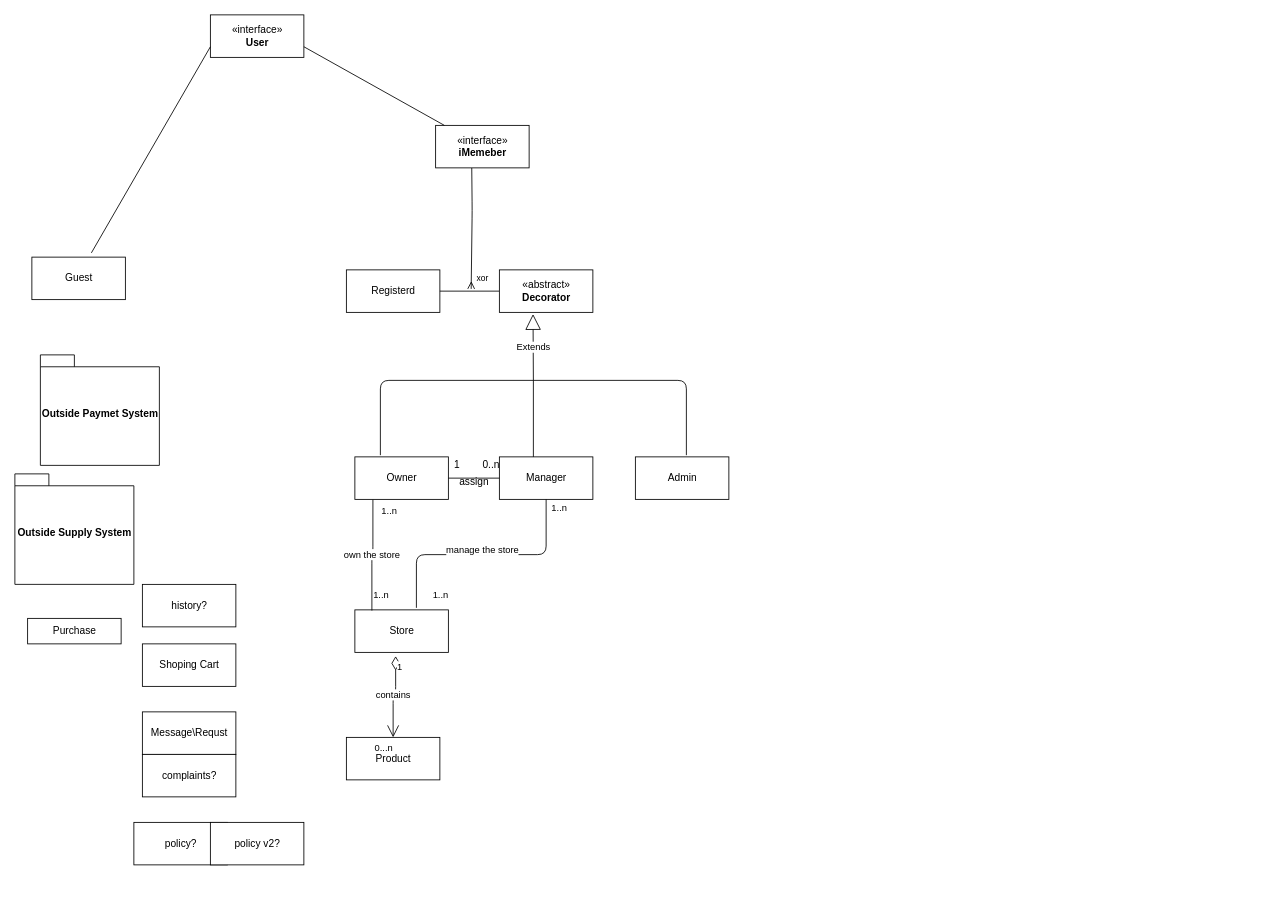
LevyIfta/Team-19B-Project keeps this draw.io diagram as תרשים מחלקות לבן.drawio. Above is the earlier version. Source tidied: cells renumbered, new cells numbered last; positions are measured from the earlier drawing's top-left corner, leaving out a move shared by most shapes. Both pictures are drawn from the tidied source at 85%, with x=0, y=0 at pixel (14, 14).
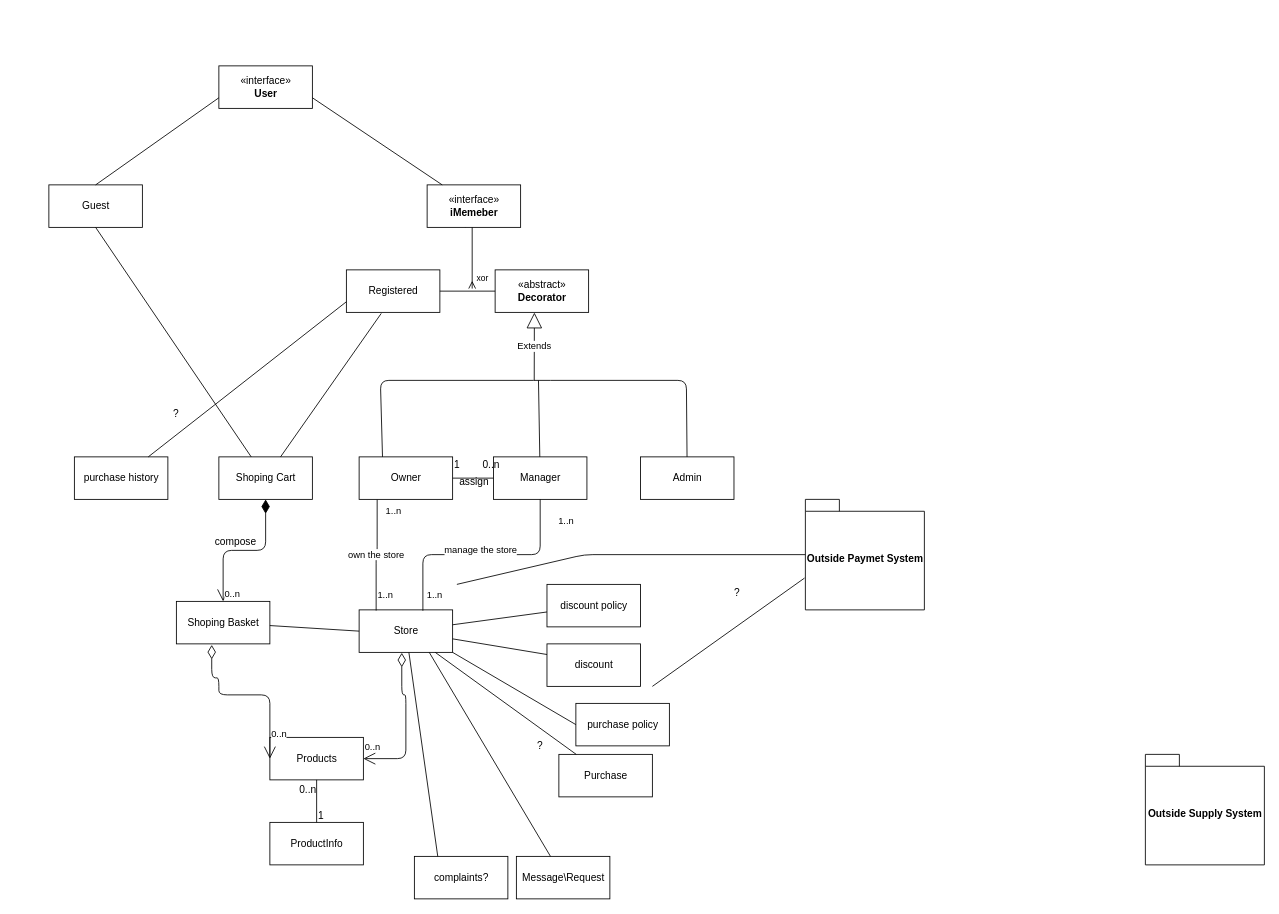
Above is the later version.

Commit message:
class diagram 3

The change refers to these unchanged cells:
```xml
<mxCell id="20" style="line;strokeWidth=1;fillColor=none;align=left;verticalAlign=middle;spacingTop=-1;spacingLeft=3;spacingRight=3;labelPosition=right;points=[];portConstraint=eastwest;" parent="1" vertex="1">
  <mxGeometry x="500" y="321" width="70" height="8" as="geometry" />
</mxCell>
```

The edit, as a diff of the source:
```diff
@@
     <mxCell id="2" value="Guest" style="html=1;" parent="1" vertex="1">
-      <mxGeometry x="20" y="285" width="110" height="50" as="geometry" />
+      <mxGeometry x="40" y="200" width="110" height="50" as="geometry" />
     </mxCell>
     <mxCell id="3" value="Owner" style="html=1;" parent="1" vertex="1">
-      <mxGeometry x="400" y="520" width="110" height="50" as="geometry" />
+      <mxGeometry x="405" y="520" width="110" height="50" as="geometry" />
     </mxCell>
     <mxCell id="4" value="Manager" style="html=1;" parent="1" vertex="1">
-      <mxGeometry x="570" y="520" width="110" height="50" as="geometry" />
+      <mxGeometry x="563" y="520" width="110" height="50" as="geometry" />
     </mxCell>
     <mxCell id="5" value="Admin" style="html=1;" parent="1" vertex="1">
-      <mxGeometry x="730" y="520" width="110" height="50" as="geometry" />
+      <mxGeometry x="736" y="520" width="110" height="50" as="geometry" />
     </mxCell>
     <mxCell id="6" value="Store" style="html=1;" parent="1" vertex="1">
-      <mxGeometry x="400" y="700" width="110" height="50" as="geometry" />
+      <mxGeometry x="405" y="700" width="110" height="50" as="geometry" />
     </mxCell>
@@
-    <mxCell id="10" value="manage the store" style="endArrow=none;html=1;endSize=12;startArrow=none;startSize=14;startFill=0;edgeStyle=orthogonalEdgeStyle;exitX=0.5;exitY=1;exitDx=0;exitDy=0;entryX=0.658;entryY=-0.048;entryDx=0;entryDy=0;entryPerimeter=0;endFill=0;" parent="1" edge="1" source="4" target="6">
+    <mxCell id="10" value="manage the store" style="endArrow=none;html=1;endSize=12;startArrow=none;startSize=14;startFill=0;edgeStyle=orthogonalEdgeStyle;exitX=0.5;exitY=1;exitDx=0;exitDy=0;entryX=0.682;entryY=0.02;entryDx=0;entryDy=0;entryPerimeter=0;endFill=0;" parent="1" edge="1" source="4" target="6">
       <mxGeometry y="-5" relative="1" as="geometry" />
     </mxCell>
@@
     <mxCell id="12" value="1..n" style="edgeLabel;html=1;align=right;verticalAlign=top;" parent="10" vertex="1">
       <mxGeometry x="1" relative="1" as="geometry">
-        <mxPoint x="177.6" y="-130.6" as="offset" />
+        <mxPoint x="177.6" y="-117.8" as="offset" />
       </mxGeometry>
     </mxCell>
@@
-    <mxCell id="17" style="endArrow=none;html=1;" parent="1" edge="1">
+    <mxCell id="17" style="endArrow=none;html=1;entryX=0.25;entryY=0;entryDx=0;entryDy=0;" parent="1" edge="1" source="5" target="3">
       <mxGeometry relative="1" as="geometry">
-        <mxPoint x="790" y="518" as="sourcePoint" />
-        <mxPoint x="430" y="518" as="targetPoint" />
         <Array as="points">
           <mxPoint x="790" y="430" />
+          <mxPoint x="620" y="430" />
           <mxPoint x="430" y="430" />
         </Array>
       </mxGeometry>
     </mxCell>
-    <mxCell id="18" style="endArrow=none;html=1;" parent="1" edge="1">
+    <mxCell id="18" style="endArrow=none;html=1;" parent="1" edge="1" source="4">
       <mxGeometry relative="1" as="geometry">
-        <mxPoint x="610" y="520" as="sourcePoint" />
-        <mxPoint x="610" y="430" as="targetPoint" />
+        <mxPoint x="616" y="430" as="targetPoint" />
       </mxGeometry>
     </mxCell>
-    <mxCell id="19" value="Registerd" style="html=1;" parent="1" vertex="1">
+    <mxCell id="19" value="Registered" style="html=1;" parent="1" vertex="1">
       <mxGeometry x="390" y="300" width="110" height="50" as="geometry" />
     </mxCell>
@@
     <mxCell id="21" value="«abstract»&lt;br&gt;&lt;b&gt;Decorator&lt;/b&gt;" style="html=1;" parent="1" vertex="1">
-      <mxGeometry x="570" y="300" width="110" height="50" as="geometry" />
+      <mxGeometry x="565" y="300" width="110" height="50" as="geometry" />
     </mxCell>
-    <mxCell id="22" value="Extends" style="endArrow=block;endSize=16;endFill=0;html=1;entryX=0.36;entryY=1.04;entryDx=0;entryDy=0;entryPerimeter=0;" parent="1" edge="1" target="21">
+    <mxCell id="22" value="Extends" style="endArrow=block;endSize=16;endFill=0;html=1;entryX=0.42;entryY=1.004;entryDx=0;entryDy=0;entryPerimeter=0;" parent="1" edge="1" target="21">
       <mxGeometry relative="1" as="geometry">
-        <mxPoint x="610" y="430" as="sourcePoint" />
+        <mxPoint x="611" y="430" as="sourcePoint" />
       </mxGeometry>
     </mxCell>
-    <mxCell id="23" style="endArrow=none;html=1;entryX=0.25;entryY=1;entryDx=0;entryDy=0;exitX=0.526;exitY=0.175;exitDx=0;exitDy=0;exitPerimeter=0;endFill=0;startArrow=ERmany;startFill=0;" parent="1" edge="1" source="20">
+    <mxCell id="23" style="endArrow=none;html=1;endFill=0;startArrow=ERmany;startFill=0;" parent="1" edge="1" target="25">
       <mxGeometry relative="1" as="geometry">
-        <mxPoint x="537.5" y="180" as="targetPoint" />
+        <mxPoint x="538" y="322" as="sourcePoint" />
         <Array as="points">
           <mxPoint x="538" y="230" />
         </Array>
       </mxGeometry>
     </mxCell>
@@
     <mxCell id="25" value="«interface»&lt;br&gt;&lt;b&gt;iMemeber&lt;/b&gt;" style="html=1;" parent="1" vertex="1">
-      <mxGeometry x="495" y="130" width="110" height="50" as="geometry" />
+      <mxGeometry x="485" y="200" width="110" height="50" as="geometry" />
     </mxCell>
     <mxCell id="26" value="«interface»&lt;br&gt;&lt;b&gt;User&lt;/b&gt;" style="html=1;" parent="1" vertex="1">
-      <mxGeometry x="230" width="110" height="50" as="geometry" />
+      <mxGeometry x="240" y="60" width="110" height="50" as="geometry" />
     </mxCell>
-    <mxCell id="27" style="endArrow=none;html=1;entryX=0;entryY=0.75;entryDx=0;entryDy=0;" parent="1" edge="1" target="26">
-      <mxGeometry relative="1" as="geometry">
-        <mxPoint x="90" y="280" as="sourcePoint" />
-      </mxGeometry>
+    <mxCell id="27" style="endArrow=none;html=1;entryX=0;entryY=0.75;entryDx=0;entryDy=0;exitX=0.5;exitY=0;exitDx=0;exitDy=0;" parent="1" edge="1" source="2" target="26">
+      <mxGeometry relative="1" as="geometry" />
     </mxCell>
@@
-    <mxCell id="29" value="Product" style="html=1;" parent="1" vertex="1">
-      <mxGeometry x="390" y="850" width="110" height="50" as="geometry" />
+    <mxCell id="29" value="ProductInfo" style="html=1;" parent="1" vertex="1">
+      <mxGeometry x="300" y="950" width="110" height="50" as="geometry" />
     </mxCell>
-    <mxCell id="30" value="contains" style="endArrow=open;html=1;endSize=12;startArrow=diamondThin;startSize=14;startFill=0;edgeStyle=orthogonalEdgeStyle;exitX=0.436;exitY=1.088;exitDx=0;exitDy=0;exitPerimeter=0;entryX=0.5;entryY=0;entryDx=0;entryDy=0;" parent="1" edge="1" source="6" target="29">
-      <mxGeometry relative="1" as="geometry" />
-    </mxCell>
-    <mxCell id="31" value="1" style="edgeLabel;html=1;align=left;verticalAlign=top;" parent="30" vertex="1">
-      <mxGeometry x="-1" relative="1" as="geometry" />
-    </mxCell>
-    <mxCell id="32" value="0...n" style="edgeLabel;html=1;align=right;verticalAlign=top;" parent="30" vertex="1">
-      <mxGeometry x="1" relative="1" as="geometry" />
-    </mxCell>
     <mxCell id="33" value="Shoping Cart" style="html=1;" parent="1" vertex="1">
-      <mxGeometry x="150" y="740" width="110" height="50" as="geometry" />
+      <mxGeometry x="240" y="520" width="110" height="50" as="geometry" />
     </mxCell>
-    <mxCell id="34" value="Message\Requst" style="html=1;" parent="1" vertex="1">
-      <mxGeometry x="150" y="820" width="110" height="50" as="geometry" />
+    <mxCell id="34" value="Message\Request" style="html=1;" parent="1" vertex="1">
+      <mxGeometry x="590" y="990" width="110" height="50" as="geometry" />
     </mxCell>
     <mxCell id="35" value="complaints?" style="html=1;" parent="1" vertex="1">
-      <mxGeometry x="150" y="870" width="110" height="50" as="geometry" />
+      <mxGeometry x="470" y="990" width="110" height="50" as="geometry" />
     </mxCell>
-    <mxCell id="36" value="policy?" style="html=1;" parent="1" vertex="1">
-      <mxGeometry x="140" y="950" width="110" height="50" as="geometry" />
+    <mxCell id="36" value="purchase policy" style="html=1;" parent="1" vertex="1">
+      <mxGeometry x="660" y="810" width="110" height="50" as="geometry" />
     </mxCell>
-    <mxCell id="37" value="history?" style="html=1;" parent="1" vertex="1">
-      <mxGeometry x="150" y="670" width="110" height="50" as="geometry" />
+    <mxCell id="37" value="purchase history" style="html=1;" parent="1" vertex="1">
+      <mxGeometry x="70" y="520" width="110" height="50" as="geometry" />
     </mxCell>
     <mxCell id="38" value="Outside Paymet System" style="shape=folder;fontStyle=1;spacingTop=10;tabWidth=40;tabHeight=14;tabPosition=left;html=1;" parent="1" vertex="1">
-      <mxGeometry x="30" y="400" width="140" height="130" as="geometry" />
+      <mxGeometry x="930" y="570" width="140" height="130" as="geometry" />
     </mxCell>
     <mxCell id="39" value="Outside Supply System" style="shape=folder;fontStyle=1;spacingTop=10;tabWidth=40;tabHeight=14;tabPosition=left;html=1;" parent="1" vertex="1">
-      <mxGeometry y="540" width="140" height="130" as="geometry" />
+      <mxGeometry x="1330" y="870" width="140" height="130" as="geometry" />
     </mxCell>
     <mxCell id="40" value="Purchase" style="html=1;" parent="1" vertex="1">
-      <mxGeometry x="15" y="710" width="110" height="30" as="geometry" />
+      <mxGeometry x="640" y="870" width="110" height="50" as="geometry" />
     </mxCell>
-    <mxCell id="41" value="policy v2?" style="html=1;" parent="1" vertex="1">
-      <mxGeometry x="230" y="950" width="110" height="50" as="geometry" />
+    <mxCell id="41" value="discount policy" style="html=1;" parent="1" vertex="1">
+      <mxGeometry x="626" y="670" width="110" height="50" as="geometry" />
     </mxCell>
+    <mxCell id="42" value="Shoping Basket" style="html=1;" parent="1" vertex="1">
+      <mxGeometry x="190" y="690" width="110" height="50" as="geometry" />
+    </mxCell>
+    <mxCell id="43" style="endArrow=none;html=1;entryX=0;entryY=0.5;entryDx=0;entryDy=0;" parent="1" edge="1" source="42" target="6">
+      <mxGeometry relative="1" as="geometry" />
+    </mxCell>
+    <mxCell id="44" value="Products" style="html=1;" parent="1" vertex="1">
+      <mxGeometry x="300" y="850" width="110" height="50" as="geometry" />
+    </mxCell>
+    <mxCell id="45" value="0..n" style="endArrow=open;html=1;endSize=12;startArrow=diamondThin;startSize=14;startFill=0;edgeStyle=orthogonalEdgeStyle;align=left;verticalAlign=bottom;exitX=0.456;exitY=1.01;exitDx=0;exitDy=0;exitPerimeter=0;" parent="1" edge="1" source="6" target="44">
+      <mxGeometry x="1" y="-5" relative="1" as="geometry">
+        <Array as="points">
+          <mxPoint x="455" y="800" />
+          <mxPoint x="460" y="800" />
+        </Array>
+      </mxGeometry>
+    </mxCell>
+    <mxCell id="46" style="endArrow=none;html=1;rounded=0;" parent="1" edge="1" source="29" target="44">
+      <mxGeometry relative="1" as="geometry" />
+    </mxCell>
+    <mxCell id="31" value="1" style="html=1;align=left;verticalAlign=bottom;" parent="46" vertex="1">
+      <mxGeometry x="-1" relative="1" as="geometry" />
+    </mxCell>
+    <mxCell id="47" value="0..n" style="html=1;align=right;verticalAlign=bottom;" parent="46" vertex="1">
+      <mxGeometry x="1" relative="1" as="geometry">
+        <mxPoint y="20.3" as="offset" />
+      </mxGeometry>
+    </mxCell>
+    <mxCell id="48" value="0..n" style="endArrow=open;html=1;endSize=12;startArrow=diamondThin;startSize=14;startFill=0;edgeStyle=orthogonalEdgeStyle;align=left;verticalAlign=bottom;exitX=0.378;exitY=1.024;exitDx=0;exitDy=0;exitPerimeter=0;entryX=0;entryY=0.5;entryDx=0;entryDy=0;" parent="1" edge="1" source="42" target="44">
+      <mxGeometry x="0.8" relative="1" as="geometry">
+        <Array as="points">
+          <mxPoint x="232" y="780" />
+          <mxPoint x="240" y="780" />
+          <mxPoint x="240" y="800" />
+          <mxPoint x="300" y="800" />
+        </Array>
+      </mxGeometry>
+    </mxCell>
+    <mxCell id="49" value="0..n" style="endArrow=open;html=1;endSize=12;startArrow=diamondThin;startSize=14;startFill=1;edgeStyle=orthogonalEdgeStyle;align=left;verticalAlign=bottom;exitX=0.5;exitY=1;exitDx=0;exitDy=0;entryX=0.5;entryY=0;entryDx=0;entryDy=0;" parent="1" edge="1" source="33" target="42">
+      <mxGeometry x="1" relative="1" as="geometry" />
+    </mxCell>
+    <mxCell id="50" style="endArrow=none;html=1;entryX=0.5;entryY=1;entryDx=0;entryDy=0;" parent="1" edge="1" source="33" target="2">
+      <mxGeometry relative="1" as="geometry" />
+    </mxCell>
+    <mxCell id="51" style="endArrow=none;html=1;entryX=0.373;entryY=1.024;entryDx=0;entryDy=0;entryPerimeter=0;" parent="1" edge="1" source="33" target="19">
+      <mxGeometry relative="1" as="geometry" />
+    </mxCell>
+    <mxCell id="52" value="compose" style="text;html=1;strokeColor=none;fillColor=none;align=center;verticalAlign=middle;whiteSpace=wrap;rounded=0;" parent="1" vertex="1">
+      <mxGeometry x="240" y="610" width="40" height="20" as="geometry" />
+    </mxCell>
+    <mxCell id="53" style="endArrow=none;html=1;entryX=0;entryY=0.5;entryDx=0;entryDy=0;exitX=1;exitY=1;exitDx=0;exitDy=0;" parent="1" edge="1" source="6" target="36">
+      <mxGeometry relative="1" as="geometry" />
+    </mxCell>
+    <mxCell id="54" style="endArrow=none;html=1;" parent="1" edge="1" source="40" target="6">
+      <mxGeometry relative="1" as="geometry" />
+    </mxCell>
+    <mxCell id="55" value="?" style="text;html=1;strokeColor=none;fillColor=none;align=center;verticalAlign=middle;whiteSpace=wrap;rounded=0;" parent="1" vertex="1">
+      <mxGeometry x="598" y="850" width="40" height="20" as="geometry" />
+    </mxCell>
+    <mxCell id="56" style="endArrow=none;html=1;" parent="1" edge="1" target="38">
+      <mxGeometry relative="1" as="geometry">
+        <mxPoint x="520" y="670" as="sourcePoint" />
+        <Array as="points">
+          <mxPoint x="670" y="635" />
+        </Array>
+      </mxGeometry>
+    </mxCell>
+    <mxCell id="57" style="endArrow=none;html=1;entryX=-0.007;entryY=0.712;entryDx=0;entryDy=0;entryPerimeter=0;" parent="1" edge="1" target="38">
+      <mxGeometry relative="1" as="geometry">
+        <mxPoint x="750" y="790" as="sourcePoint" />
+      </mxGeometry>
+    </mxCell>
+    <mxCell id="58" value="?" style="text;html=1;strokeColor=none;fillColor=none;align=center;verticalAlign=middle;whiteSpace=wrap;rounded=0;" parent="1" vertex="1">
+      <mxGeometry x="830" y="670" width="40" height="20" as="geometry" />
+    </mxCell>
+    <mxCell id="59" style="endArrow=none;html=1;entryX=0.75;entryY=1;entryDx=0;entryDy=0;" parent="1" edge="1" source="34" target="6">
+      <mxGeometry relative="1" as="geometry" />
+    </mxCell>
+    <mxCell id="60" style="endArrow=none;html=1;exitX=0.25;exitY=0;exitDx=0;exitDy=0;" parent="1" edge="1" source="35" target="6">
+      <mxGeometry relative="1" as="geometry" />
+    </mxCell>
+    <mxCell id="61" style="endArrow=none;html=1;" parent="1" edge="1" source="6" target="41">
+      <mxGeometry relative="1" as="geometry" />
+    </mxCell>
+    <mxCell id="62" value="discount" style="html=1;" parent="1" vertex="1">
+      <mxGeometry x="626" y="740" width="110" height="50" as="geometry" />
+    </mxCell>
+    <mxCell id="63" style="endArrow=none;html=1;entryX=0;entryY=0.25;entryDx=0;entryDy=0;" parent="1" edge="1" source="6" target="62">
+      <mxGeometry relative="1" as="geometry" />
+    </mxCell>
+    <mxCell id="64" style="endArrow=none;html=1;entryX=0;entryY=0.75;entryDx=0;entryDy=0;" parent="1" edge="1" source="37" target="19">
+      <mxGeometry relative="1" as="geometry" />
+    </mxCell>
+    <mxCell id="65" value="?" style="text;html=1;strokeColor=none;fillColor=none;align=center;verticalAlign=middle;whiteSpace=wrap;rounded=0;" parent="1" vertex="1">
+      <mxGeometry x="170" y="460" width="40" height="20" as="geometry" />
+    </mxCell>
```
